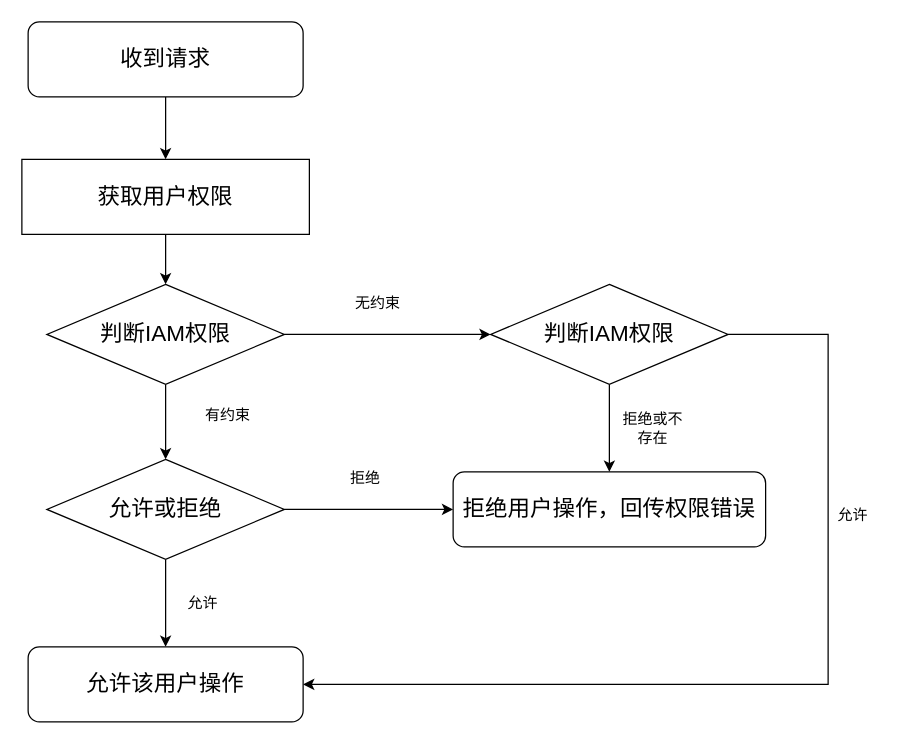
Earlier version of the draw.io diagram 未命名绘图.drawio (allurelzh/flask_demo). Source tidied: cells renumbered, new cells numbered last; positions are measured from the earlier drawing's top-left corner, leaving out a move shared by most shapes. Both pictures are drawn from the tidied source at 125%, with x=0, y=0 at pixel (21, 21).
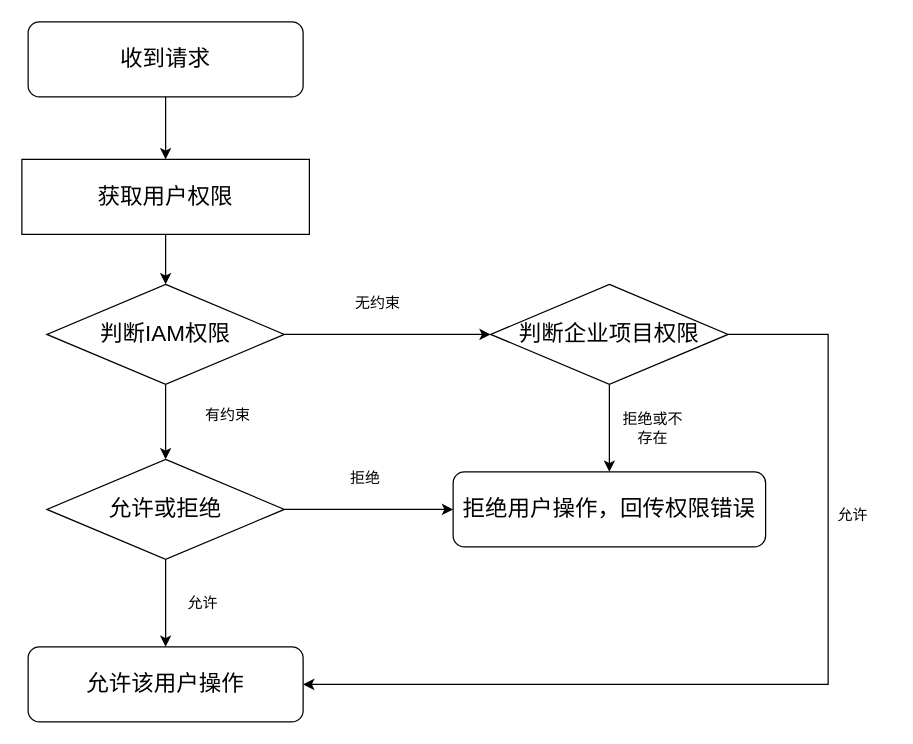
After the change.

Commit message:
更新未命名绘图.drawio

Diff of the diagram source:
```diff
@@
-    <mxCell id="11" value="&lt;font style=&quot;font-size: 18px;&quot;&gt;判断IAM权限&lt;/font&gt;" style="rhombus;whiteSpace=wrap;html=1;" parent="1" vertex="1">
+    <mxCell id="11" value="&lt;font style=&quot;font-size: 18px;&quot;&gt;判断企业项目权限&lt;/font&gt;" style="rhombus;whiteSpace=wrap;html=1;" parent="1" vertex="1">
       <mxGeometry x="375" y="210" width="190" height="80" as="geometry" />
     </mxCell>
```
